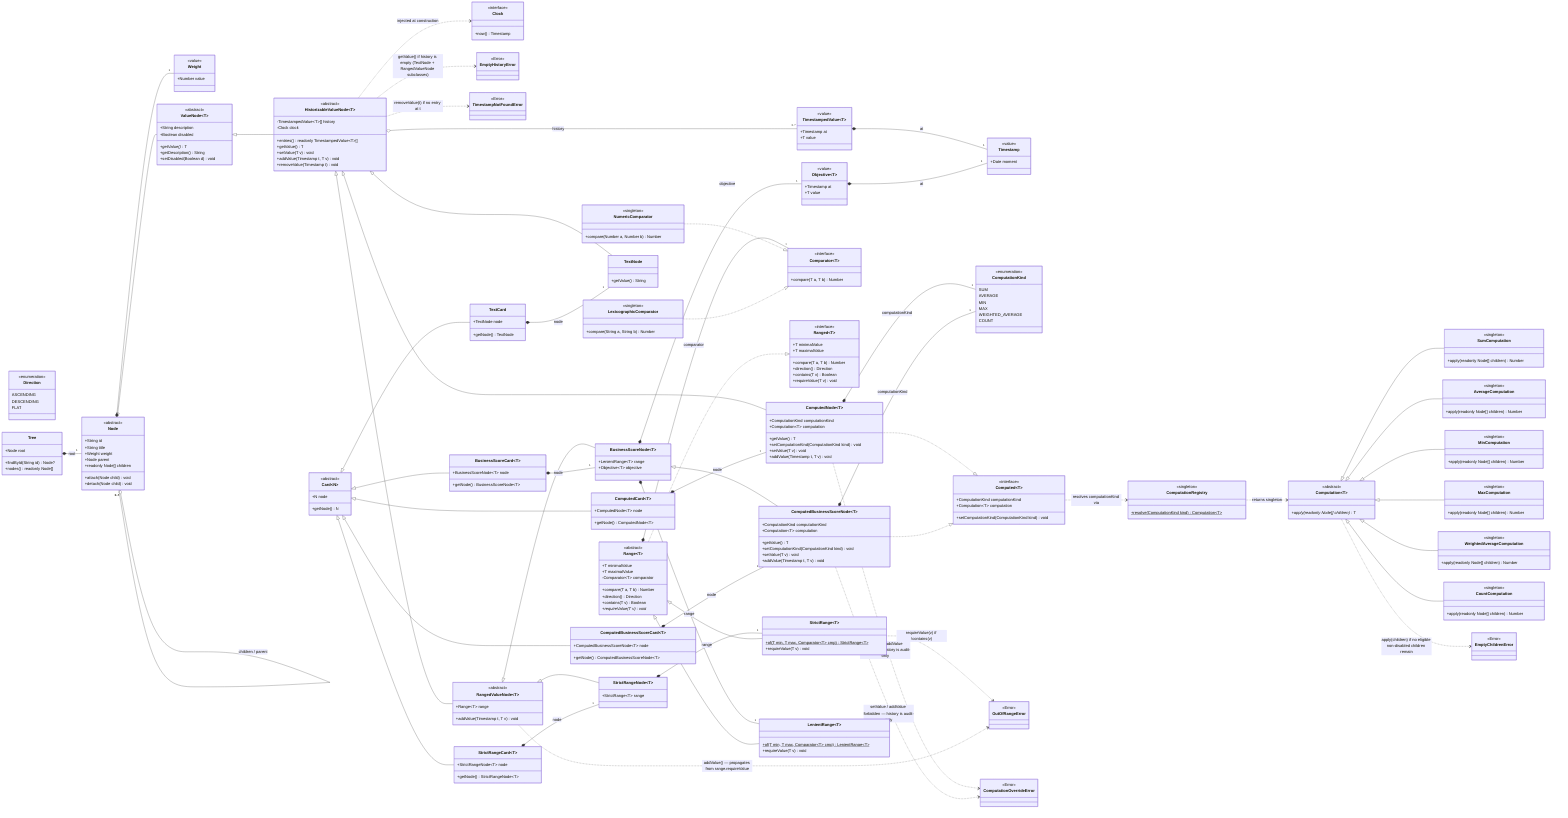
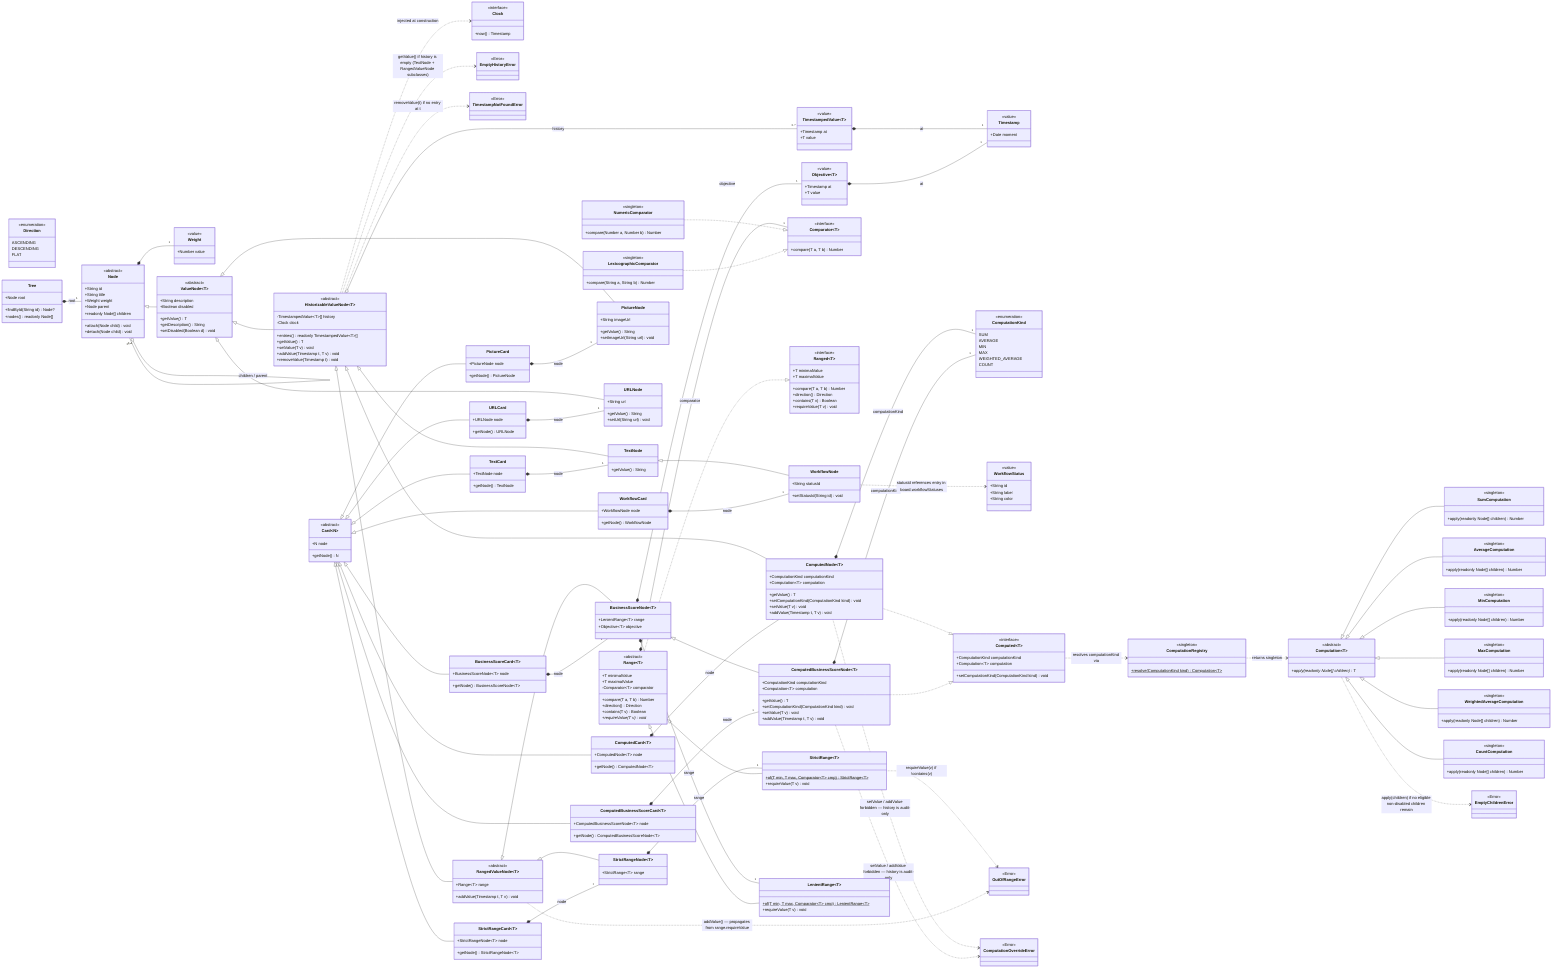
classDiagram
    direction LR

    %% =================================================================
    %%  v5 — TARGET / REDESIGN model (round 7; not yet implemented).
    %%  Successor to v4 round 6. Introduces the polymorphic resolution
    %%  of v3's `computed: boolean` flag (which the §17.93 cutover had
    %%  to lift back onto BusinessScoreNode as a band-aid because v4
    %%  round 6 collapsed it into a "structural rule" that broke 5 e2e
    %%  scenarios). v5 finally delivers the polymorphism.
    %%
    %%  ROUND 7 ADDITIONS (vs v4 round 6):
    %%
    %%    1. ComputedNode<T> — sibling of TextNode + RangedValueNode
    %%       under HistorizableValueNode<T>. Concrete leaf whose value
    %%       is auto-derived from its children via a Computation<T>
    %%       strategy. Replaces v3's `computed: true` BSC variant for
    %%       plain (no range / no objective) computed metrics.
    %%
    %%    2. ComputedBusinessScoreNode<T> — concrete leaf under
    %%       BusinessScoreNode<T>. Auto-derived value PLUS range +
    %%       objective. Replaces v3's `computed: true` BSC variant
    %%       when the operator wants the computed metric to ALSO be
    %%       scored against a target.
    %%
    %%    3. Computed<T> interface — implemented by both ComputedNode
    %%       and ComputedBusinessScoreNode. Exposes `computationKind`
    %%       (the editable / persisted enum) AND `computation` (the
    %%       resolved Strategy singleton). Hybrid Strategy + Type-Code
    %%       pattern: enum drives UI / serialisation, polymorphism
    %%       drives behaviour.
    %%
    %%    4. ComputationKind enum — SUM | AVERAGE | MIN | MAX |
    %%       WEIGHTED_AVERAGE | COUNT. The persistent + UI-facing
    %%       discriminator that flips a node's aggregation strategy
    %%       in real time via setComputationKind(kind).
    %%
    %%    5. Computation<T> abstract — Object-Calisthenics polymorphism
    %%       for the aggregation strategies. Concrete singletons:
    %%       SumComputation, AverageComputation, MinComputation,
    %%       MaxComputation, WeightedAverageComputation (uses
    %%       Node.weight already on the hierarchy), CountComputation
    %%       (the only T-agnostic strategy — counts non-disabled
    %%       value-producing children).
    %%
    %%    6. ComputationRegistry — single static singleton that
    %%       resolves a ComputationKind to its Computation<T>
    %%       singleton. Keeps the kind-to-strategy mapping in one
    %%       place (open-closed: new strategies = add an enum value +
    %%       a class + a registry entry, no existing code changes).
    %%
    %%    7. ValueNode<T>.disabled : boolean — RENAME + GENERALISATION
    %%       of v3's BusinessScoreCardNode.eligibleForParentComputation.
    %%       Now lives on the ValueNode base (single source of truth),
    %%       broader semantics ("this node is parked: exclude from
    %%       aggregation AND grey out in UI"). Every Computation<T>
    %%       strategy filters disabled children out FIRST, then
    %%       applies its T-type filter (numeric strategies skip
    %%       TextNode children automatically; COUNT keeps them).
    %%
    %%    8. EmptyChildrenError — raised by Computation<T>.apply() if
    %%       no eligible non-disabled children remain after filtering.
    %%
    %%    9. ComputationOverrideError — raised by setValue / addValue
    %%       on ComputedNode and ComputedBusinessScoreNode. Their
    %%       inherited history is AUDIT-ONLY (records the computed
    %%       value at each evaluation point); operator cannot
    %%       overwrite the computation, only edit the children or
    %%       change the computationKind.
    %%
    %%  ELIGIBILITY REDESIGN (round 7 trade-off):
    %%
    %%  v3 had a per-instance `eligibleForParentComputation` boolean
    %%  on BusinessScoreCardNode (added §17.28) so an operator could
    %%  exclude a specific child from its parent's average without
    %%  deleting the child. v4 round 6 dropped it as part of the
    %%  structural rule; v4 §17.93 cutover lifted it BACK as a
    %%  band-aid; v5 round 7 RETIRES it cleanly and replaces it with
    %%  the broader `disabled` flag on ValueNode. Trade-off accepted:
    %%  the v3 "exclude from aggregation while keeping the node
    %%  visually active" capability is gone — under v5 a child is
    %%  either active in BOTH the tree AND its parent's aggregation,
    %%  or disabled in BOTH. Phase C migration script will surface
    %%  any kiosk that relied on the v3 narrower-scope flag.
+     %%
+     %%  ROUND-7 FOLLOW-UP NODE KINDS (post sign-off, additive):
+     %%
+     %%   10. WorkflowNode (SPEC §17.117) — concrete sibling of TextNode
+     %%       extending it. Carries a `statusId : String` referencing
+     %%       one entry of the focused board's `workflowStatuses` table
+     %%       (modelled here as the WorkflowStatus value object). The
+     %%       view layer resolves the id to a `{ label, color }` pair
+     %%       at map time; label + colour never enter the domain so
+     %%       renaming/recolouring a status never orphans nodes.
+     %%
+     %%   11. PictureNode (SPEC §17.119) — concrete `ValueNode<String>`
+     %%       leaf carrying an `imageUrl : String`. SNAPSHOT semantics:
+     %%       inherits directly from ValueNode (NOT HistorizableValue-
+     %%       Node) — pictures have no meaningful timeline; swapping
+     %%       the URL is a replacement. `getValue()` returns the URL
+     %%       verbatim; description slot stays empty.
+     %%
+     %%   12. URLNode (SPEC §17.120) — concrete `ValueNode<String>`
+     %%       leaf carrying a `url : String` the adapter renders as a
+     %%       QR code. Same snapshot semantics as PictureNode; storage
+     %%       quirk: URL lives in the inherited description slot
+     %%       (`url IS the description`) so the wire envelope carries
+     %%       `"description": "<url>"` with no separate `url` field.
    %% =================================================================

    %% --- Aliases / supporting value objects ---
    class Timestamp {
      <<value>>
      +Date moment
    }
    class Weight {
      <<value>>
      +Number value
    }
    class TimestampedValue~T~ {
      <<value>>
      +Timestamp at
      +T value
    }
    class Objective~T~ {
      <<value>>
      +Timestamp at
      +T value
    }
    class Direction {
      <<enumeration>>
      ASCENDING
      DESCENDING
      FLAT
    }
    class ComputationKind {
      <<enumeration>>
      SUM
      AVERAGE
      MIN
      MAX
      WEIGHTED_AVERAGE
      COUNT
    }
+     class WorkflowStatus {
+       <<value>>
+       +String id
+       +String label
+       +String color
+     }

    %% --- Domain-side ports / capability interfaces ---
    class Clock {
      <<interface>>
      +now() Timestamp
    }
    class Comparator~T~ {
      <<interface>>
      +compare(T a, T b) Number
    }
    class Ranged~T~ {
      <<interface>>
      +T minimalValue
      +T maximalValue
      +compare(T a, T b) Number
      +direction() Direction
      +contains(T v) Boolean
      +requireValue(T v) void
    }
    class Computed~T~ {
      <<interface>>
      +ComputationKind computationKind
      +Computation~T~ computation
      +setComputationKind(ComputationKind kind) void
    }

    %% --- Comparator singletons (§5) ---
    class NumericComparator {
      <<singleton>>
      +compare(Number a, Number b) Number
    }
    class LexicographicComparator {
      <<singleton>>
      +compare(String a, String b) Number
    }

    %% --- Computation strategy hierarchy (Object Calisthenics: enum kind drives UI, polymorphism drives behaviour) ---
    class Computation~T~ {
      <<abstract>>
      +apply(readonly Node[] children)* T
    }
    class SumComputation {
      <<singleton>>
      +apply(readonly Node[] children) Number
    }
    class AverageComputation {
      <<singleton>>
      +apply(readonly Node[] children) Number
    }
    class MinComputation {
      <<singleton>>
      +apply(readonly Node[] children) Number
    }
    class MaxComputation {
      <<singleton>>
      +apply(readonly Node[] children) Number
    }
    class WeightedAverageComputation {
      <<singleton>>
      +apply(readonly Node[] children) Number
    }
    class CountComputation {
      <<singleton>>
      +apply(readonly Node[] children) Number
    }
    class ComputationRegistry {
      <<singleton>>
      +resolve(ComputationKind kind)$ Computation~T~
    }

    %% --- Errors ---
    class OutOfRangeError {
      <<Error>>
    }
    class EmptyHistoryError {
      <<Error>>
    }
    class TimestampNotFoundError {
      <<Error>>
    }
    class EmptyChildrenError {
      <<Error>>
    }
    class ComputationOverrideError {
      <<Error>>
    }

    %% --- Tree container ---
    class Tree {
      +Node root
      +findById(String id) Node?
      +nodes() readonly Node[]
    }

    %% --- Node hierarchy ---
    class Node {
      <<abstract>>
      +String id
      +String title
      +Weight weight
      +Node parent
      +readonly Node[] children
      +attach(Node child) void
      +detach(Node child) void
    }
    class ValueNode~T~ {
      <<abstract>>
      +String description
      +Boolean disabled
      +getValue()* T
      +getDescription() String
      +setDisabled(Boolean d) void
    }
    class HistorizableValueNode~T~ {
      <<abstract>>
      -TimestampedValue~T~[] history
      -Clock clock
      +entries() readonly TimestampedValue~T~[]
      +getValue() T
      +setValue(T v) void
      +addValue(Timestamp t, T v) void
      +removeValue(Timestamp t) void
    }
    class TextNode {
      +getValue() String
    }
+     class WorkflowNode {
+       +String statusId
+       +setStatusId(String id) void
+     }
+     class PictureNode {
+       +String imageUrl
+       +getValue() String
+       +setImageUrl(String url) void
+     }
+     class URLNode {
+       +String url
+       +getValue() String
+       +setUrl(String url) void
+     }
    class ComputedNode~T~ {
      +ComputationKind computationKind
      +Computation~T~ computation
      +getValue() T
      +setComputationKind(ComputationKind kind) void
      +setValue(T v) void
      +addValue(Timestamp t, T v) void
    }
    class RangedValueNode~T~ {
      <<abstract>>
      +Range~T~ range
      +addValue(Timestamp t, T v) void
    }
    class BusinessScoreNode~T~ {
      +LenientRange~T~ range
      +Objective~T~ objective
    }
    class ComputedBusinessScoreNode~T~ {
      +ComputationKind computationKind
      +Computation~T~ computation
      +getValue() T
      +setComputationKind(ComputationKind kind) void
      +setValue(T v) void
      +addValue(Timestamp t, T v) void
    }
    class StrictRangeNode~T~ {
      +StrictRange~T~ range
    }

    %% --- Range hierarchy (Object Calisthenics: flag → polymorphism) ---
    class Range~T~ {
      <<abstract>>
      +T minimalValue
      +T maximalValue
      -Comparator~T~ comparator
      +compare(T a, T b) Number
      +direction() Direction
      +contains(T v) Boolean
      +requireValue(T v)* void
    }
    class StrictRange~T~ {
      +of(T min, T max, Comparator~T~ cmp)$ StrictRange~T~
      +requireValue(T v) void
    }
    class LenientRange~T~ {
      +of(T min, T max, Comparator~T~ cmp)$ LenientRange~T~
      +requireValue(T v) void
    }

    %% --- Visual layer (Card<N extends Node>) ---
    class Card~N~ {
      <<abstract>>
      +N node
      +getNode() N
    }
    class TextCard {
      +TextNode node
      +getNode() TextNode
+     }
+     class WorkflowCard {
+       +WorkflowNode node
+       +getNode() WorkflowNode
+     }
+     class PictureCard {
+       +PictureNode node
+       +getNode() PictureNode
+     }
+     class URLCard {
+       +URLNode node
+       +getNode() URLNode
    }
    class ComputedCard~T~ {
      +ComputedNode~T~ node
      +getNode() ComputedNode~T~
    }
    class BusinessScoreCard~T~ {
      +BusinessScoreNode~T~ node
      +getNode() BusinessScoreNode~T~
    }
    class ComputedBusinessScoreCard~T~ {
      +ComputedBusinessScoreNode~T~ node
      +getNode() ComputedBusinessScoreNode~T~
    }
    class StrictRangeCard~T~ {
      +StrictRangeNode~T~ node
      +getNode() StrictRangeNode~T~
    }

    %% --- Composition ---
    Node                           *-- "1"    Weight
    Tree                           *-- "1"    Node                : root
    TimestampedValue~T~            *-- "1"    Timestamp           : at
    Objective~T~                   *-- "1"    Timestamp           : at
    HistorizableValueNode~T~       o-- "0..*" TimestampedValue~T~ : history
    BusinessScoreNode~T~           *-- "1"    LenientRange~T~     : range
    BusinessScoreNode~T~           *-- "1"    Objective~T~        : objective
    StrictRangeNode~T~             *-- "1"    StrictRange~T~      : range
    Range~T~                       *-- "1"    Comparator~T~       : comparator
    ComputedNode~T~                *-- "1"    ComputationKind     : computationKind
    ComputedBusinessScoreNode~T~   *-- "1"    ComputationKind     : computationKind

    %% --- Tree shape (self-association maintained by attach / detach) ---
    Node "0..1" o-- "0..*" Node : children / parent

    %% --- Inheritance (Node tree) ---
    Node                     <|-- ValueNode~T~
    ValueNode~T~             <|-- HistorizableValueNode~T~
+     ValueNode~T~             <|-- PictureNode
+     ValueNode~T~             <|-- URLNode
    HistorizableValueNode~T~ <|-- TextNode
+     TextNode                 <|-- WorkflowNode
    HistorizableValueNode~T~ <|-- ComputedNode~T~
    HistorizableValueNode~T~ <|-- RangedValueNode~T~
    RangedValueNode~T~       <|-- BusinessScoreNode~T~
    BusinessScoreNode~T~     <|-- ComputedBusinessScoreNode~T~
    RangedValueNode~T~       <|-- StrictRangeNode~T~

    %% --- Inheritance (Range tree) ---
    Range~T~ <|-- StrictRange~T~
    Range~T~ <|-- LenientRange~T~

    %% --- Inheritance (Computation strategy tree) ---
    Computation~T~ <|-- SumComputation
    Computation~T~ <|-- AverageComputation
    Computation~T~ <|-- MinComputation
    Computation~T~ <|-- MaxComputation
    Computation~T~ <|-- WeightedAverageComputation
    Computation~T~ <|-- CountComputation

    %% --- Inheritance (Card tree) ---
    Card~N~ <|-- TextCard
+     Card~N~ <|-- WorkflowCard
+     Card~N~ <|-- PictureCard
+     Card~N~ <|-- URLCard
    Card~N~ <|-- ComputedCard~T~
    Card~N~ <|-- BusinessScoreCard~T~
    Card~N~ <|-- ComputedBusinessScoreCard~T~
    Card~N~ <|-- StrictRangeCard~T~

    %% --- Realization ---
    Range~T~                       ..|> Ranged~T~
    NumericComparator              ..|> Comparator~T~
    LexicographicComparator        ..|> Comparator~T~
    ComputedNode~T~                ..|> Computed~T~
    ComputedBusinessScoreNode~T~   ..|> Computed~T~

    %% --- Card -> Node wiring (hosting, not inheritance) ---
    TextCard                       *-- "1" TextNode                       : node
+     WorkflowCard                   *-- "1" WorkflowNode                   : node
+     PictureCard                    *-- "1" PictureNode                    : node
+     URLCard                        *-- "1" URLNode                        : node
    ComputedCard~T~                *-- "1" ComputedNode~T~                : node
    BusinessScoreCard~T~           *-- "1" BusinessScoreNode~T~           : node
    ComputedBusinessScoreCard~T~   *-- "1" ComputedBusinessScoreNode~T~   : node
    StrictRangeCard~T~             *-- "1" StrictRangeNode~T~             : node
+ 
+     %% --- WorkflowNode -> board-level status table (slug reference, label/colour resolved at map time) ---
+     WorkflowNode                   ..> WorkflowStatus : statusId references entry in board.workflowStatuses

    %% --- Strategy resolution (Computed kind → Computation singleton via registry) ---
    Computed~T~          ..> ComputationRegistry : resolves computationKind via
    ComputationRegistry  ..> Computation~T~      : returns singleton

    %% --- Injected dependencies ---
    HistorizableValueNode~T~ ..> Clock : injected at construction

    %% --- Errors raised by the API ---
    HistorizableValueNode~T~      ..> EmptyHistoryError         : getValue() if history is empty (TextNode + RangedValueNode subclasses)
    HistorizableValueNode~T~      ..> TimestampNotFoundError    : removeValue(t) if no entry at t
    StrictRange~T~                ..> OutOfRangeError           : requireValue(v) if !contains(v)
    RangedValueNode~T~            ..> OutOfRangeError           : addValue() — propagates from range.requireValue
    Computation~T~                ..> EmptyChildrenError        : apply(children) if no eligible non-disabled children remain
    ComputedNode~T~                ..> ComputationOverrideError  : setValue / addValue forbidden — history is audit-only
    ComputedBusinessScoreNode~T~   ..> ComputationOverrideError  : setValue / addValue forbidden — history is audit-only
